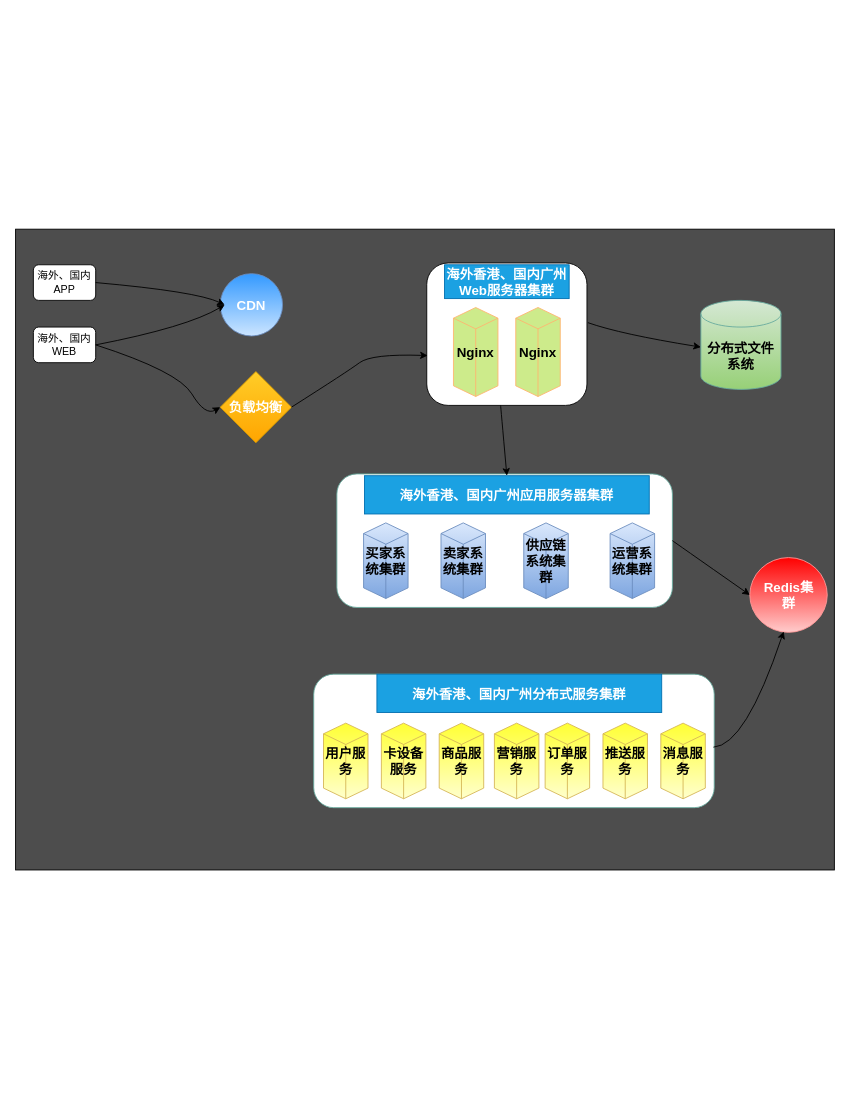
This is cloudbirds/整体全景应用架构模型3.0.drawio from luoyongshun/framework, a draw.io file, before an edit. Source tidied: cells renumbered, new cells numbered last; positions are measured from the earlier drawing's top-left corner, leaving out a move shared by most shapes. Both pictures are drawn from the tidied source at 89%, with x=0, y=0 at pixel (15, 229).
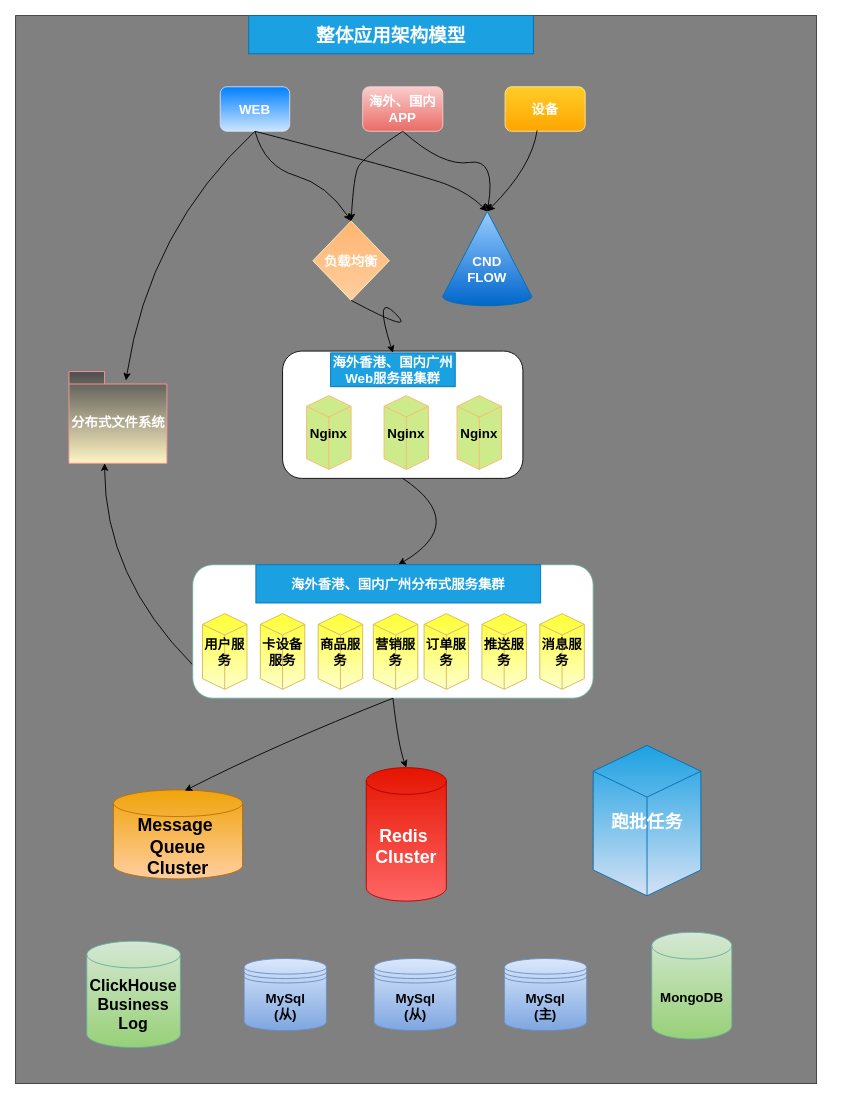
After the change.

Commit message (it also covers changes not shown here):
更新整体全景应用架构模型3.0.drawio

The edit, as a diff of the source:
```diff
@@
-    <mxCell id="2" style="rounded=0;whiteSpace=wrap;html=1;fillColor=#4D4D4D;" parent="1" vertex="1">
-      <mxGeometry width="920" height="720" as="geometry" />
+    <mxCell id="2" style="rounded=0;whiteSpace=wrap;html=1;fillColor=#808080;strokeColor=#36393d;" parent="1" vertex="1">
+      <mxGeometry y="-240" width="900" height="1200" as="geometry" />
     </mxCell>
-    <mxCell id="3" value="海外、国内APP" style="rounded=1;whiteSpace=wrap;html=1;" parent="1" vertex="1">
-      <mxGeometry x="20" y="40" width="70" height="40" as="geometry" />
+    <mxCell id="3" value="海外、国内APP" style="rounded=1;whiteSpace=wrap;html=1;fillColor=#f8cecc;gradientColor=#ea6b66;strokeColor=#F8CECC;fontStyle=1;fontSize=15;fontColor=#FFFFFF;" parent="1" vertex="1">
+      <mxGeometry x="390" y="-160" width="90" height="50" as="geometry" />
     </mxCell>
-    <mxCell id="4" value="海外、国内WEB" style="rounded=1;whiteSpace=wrap;html=1;" parent="1" vertex="1">
-      <mxGeometry x="20" y="110" width="70" height="40" as="geometry" />
+    <mxCell id="4" value="WEB" style="rounded=1;whiteSpace=wrap;html=1;fillColor=#007FFF;gradientColor=#CCE5FF;strokeColor=#D4E1F5;fontStyle=1;fontSize=15;fontColor=#FFFFFF;" parent="1" vertex="1">
+      <mxGeometry x="230" y="-160" width="78" height="50" as="geometry" />
     </mxCell>
-    <mxCell id="5" style="verticalLabelPosition=bottom;verticalAlign=top;html=1;shape=mxgraph.flowchart.on-page_reference;fillColor=#3399FF;gradientColor=#CCE5FF;strokeColor=#6c8ebf;" parent="1" vertex="1">
-      <mxGeometry x="230" y="50" width="70" height="70" as="geometry" />
-    </mxCell>
-    <mxCell id="6" value="&lt;font size=&quot;1&quot; color=&quot;#ffffff&quot;&gt;&lt;b style=&quot;font-size: 15px;&quot;&gt;负载均衡&lt;/b&gt;&lt;/font&gt;" style="rhombus;whiteSpace=wrap;html=1;fillColor=#ffcd28;gradientColor=#ffa500;strokeColor=#d79b00;" parent="1" vertex="1">
-      <mxGeometry x="230" y="160" width="80" height="80" as="geometry" />
+    <mxCell id="6" value="&lt;font size=&quot;1&quot; color=&quot;#ffffff&quot;&gt;&lt;b style=&quot;font-size: 15px;&quot;&gt;负载均衡&lt;/b&gt;&lt;/font&gt;" style="rhombus;whiteSpace=wrap;html=1;fillColor=#FFB570;gradientColor=#FFCE9F;strokeColor=#FFF4C3;" parent="1" vertex="1">
+      <mxGeometry x="334" y="-9" width="86" height="89" as="geometry" />
     </mxCell>
-    <mxCell id="7" style="curved=1;endArrow=classic;html=1;rounded=0;fontColor=#FFFFFF;entryX=0;entryY=0.5;entryDx=0;entryDy=0;exitX=1;exitY=0.5;exitDx=0;exitDy=0;" parent="1" edge="1" source="3" target="9">
-      <mxGeometry relative="1" as="geometry">
-        <Array as="points">
-          <mxPoint x="203" y="70" />
-        </Array>
-      </mxGeometry>
-    </mxCell>
-    <mxCell id="8" style="curved=1;endArrow=classic;html=1;rounded=0;fontColor=#FFFFFF;exitX=1;exitY=0.5;exitDx=0;exitDy=0;entryX=0;entryY=0.5;entryDx=0;entryDy=0;" parent="1" edge="1" source="4" target="6">
-      <mxGeometry relative="1" as="geometry">
-        <Array as="points">
-          <mxPoint x="183" y="160" />
-          <mxPoint x="213" y="210" />
-        </Array>
-      </mxGeometry>
-    </mxCell>
-    <mxCell id="9" value="&lt;b&gt;&lt;font style=&quot;font-size: 15px;&quot;&gt;CDN&lt;/font&gt;&lt;/b&gt;" style="text;html=1;strokeColor=none;fillColor=none;align=center;verticalAlign=middle;whiteSpace=wrap;rounded=0;fontColor=#FFFFFF;" parent="1" vertex="1">
-      <mxGeometry x="235" y="70" width="60" height="30" as="geometry" />
-    </mxCell>
     <mxCell id="10" style="rounded=1;whiteSpace=wrap;html=1;fontColor=#FFFFFF;fillColor=#FFFFFF;" parent="1" vertex="1">
-      <mxGeometry x="462" y="38" width="180" height="160" as="geometry" />
+      <mxGeometry x="300" y="137" width="270" height="143" as="geometry" />
     </mxCell>
-    <mxCell id="11" value="Text" style="text;html=1;strokeColor=none;fillColor=none;align=center;verticalAlign=middle;whiteSpace=wrap;rounded=0;fontColor=#FFFFFF;" parent="1" vertex="1">
-      <mxGeometry x="463" y="70" width="60" height="30" as="geometry" />
-    </mxCell>
     <mxCell id="12" value="&lt;font style=&quot;font-size: 15px;&quot;&gt;海外香港、国内广州Web服务器集群&lt;/font&gt;" style="text;html=1;strokeColor=#006EAF;fillColor=#1ba1e2;align=center;verticalAlign=middle;whiteSpace=wrap;rounded=0;fontColor=#ffffff;fontStyle=1;" parent="1" vertex="1">
-      <mxGeometry x="482" y="40" width="140" height="38" as="geometry" />
+      <mxGeometry x="354" y="139" width="140" height="38" as="geometry" />
     </mxCell>
-    <mxCell id="13" style="curved=1;endArrow=classic;html=1;rounded=0;fontColor=#000000;entryX=0.006;entryY=0.65;entryDx=0;entryDy=0;entryPerimeter=0;exitX=1;exitY=0.5;exitDx=0;exitDy=0;" parent="1" edge="1" source="6" target="10">
-      <mxGeometry relative="1" as="geometry">
-        <Array as="points">
-          <mxPoint x="373" y="160" />
-          <mxPoint x="400" y="140" />
-        </Array>
-      </mxGeometry>
-    </mxCell>
     <mxCell id="14" value="Nginx" style="html=1;whiteSpace=wrap;shape=isoCube2;backgroundOutline=1;isoAngle=15;fontSize=15;fillColor=#cdeb8b;strokeColor=#FFB570;fontStyle=1;" parent="1" vertex="1">
-      <mxGeometry x="492" y="88" width="50" height="100" as="geometry" />
+      <mxGeometry x="327" y="187" width="50" height="83" as="geometry" />
     </mxCell>
     <mxCell id="15" value="Nginx" style="html=1;whiteSpace=wrap;shape=isoCube2;backgroundOutline=1;isoAngle=15;fontSize=15;fillColor=#cdeb8b;strokeColor=#FFB570;fontStyle=1;" parent="1" vertex="1">
-      <mxGeometry x="562" y="88" width="50" height="100" as="geometry" />
+      <mxGeometry x="496" y="187" width="50" height="83" as="geometry" />
     </mxCell>
-    <mxCell id="16" style="curved=1;endArrow=classic;html=1;rounded=0;fontSize=15;fontColor=#000000;exitX=1;exitY=0.5;exitDx=0;exitDy=0;entryX=0;entryY=0.5;entryDx=0;entryDy=0;" parent="1" edge="1" source="4" target="9">
-      <mxGeometry relative="1" as="geometry">
-        <Array as="points">
-          <mxPoint x="193" y="110" />
-        </Array>
-      </mxGeometry>
-    </mxCell>
-    <mxCell id="17" value="分布式文件系统" style="shape=cylinder3;whiteSpace=wrap;html=1;boundedLbl=1;backgroundOutline=1;size=15;fontSize=15;fillColor=#d5e8d4;strokeColor=#67AB9F;gradientColor=#97d077;fontStyle=1;" parent="1" vertex="1">
-      <mxGeometry x="770" y="80" width="90" height="100" as="geometry" />
-    </mxCell>
-    <mxCell id="18" style="curved=1;endArrow=classic;html=1;rounded=0;fontSize=15;fontColor=#000000;exitX=1.006;exitY=0.419;exitDx=0;exitDy=0;exitPerimeter=0;entryX=0;entryY=0;entryDx=0;entryDy=52.5;entryPerimeter=0;" parent="1" edge="1" source="10" target="17">
-      <mxGeometry relative="1" as="geometry">
-        <Array as="points">
-          <mxPoint x="680" y="118" />
-        </Array>
-      </mxGeometry>
-    </mxCell>
-    <mxCell id="19" style="rounded=1;whiteSpace=wrap;html=1;strokeColor=#67AB9F;fontSize=15;fontColor=#000000;fillColor=#FFFFFF;" parent="1" vertex="1">
-      <mxGeometry x="361" y="275" width="377" height="150" as="geometry" />
-    </mxCell>
-    <mxCell id="20" value="海外香港、国内广州应用服务器集群" style="text;html=1;strokeColor=#006EAF;fillColor=#1ba1e2;align=center;verticalAlign=middle;whiteSpace=wrap;rounded=0;fontSize=15;fontColor=#ffffff;fontStyle=1;" parent="1" vertex="1">
-      <mxGeometry x="392" y="277" width="320" height="43" as="geometry" />
-    </mxCell>
-    <mxCell id="21" style="curved=1;endArrow=classic;html=1;rounded=0;fontSize=15;fontColor=#000000;entryX=0.5;entryY=0;entryDx=0;entryDy=0;exitX=0.461;exitY=1;exitDx=0;exitDy=0;exitPerimeter=0;" parent="1" edge="1" source="10" target="20">
-      <mxGeometry relative="1" as="geometry" />
+    <mxCell id="21" style="curved=1;endArrow=classic;html=1;rounded=0;fontSize=15;fontColor=#000000;entryX=0.5;entryY=0;entryDx=0;entryDy=0;exitX=0.5;exitY=1;exitDx=0;exitDy=0;" parent="1" edge="1" source="10" target="30">
+      <mxGeometry relative="1" as="geometry">
+        <Array as="points">
+          <mxPoint x="510" y="330" />
+        </Array>
+      </mxGeometry>
     </mxCell>
-    <mxCell id="22" value="买家系统集群" style="html=1;whiteSpace=wrap;shape=isoCube2;backgroundOutline=1;isoAngle=15;fontSize=15;fillColor=#dae8fc;strokeColor=#6c8ebf;fontStyle=1;gradientColor=#7ea6e0;" parent="1" vertex="1">
-      <mxGeometry x="391" y="330" width="50" height="85" as="geometry" />
-    </mxCell>
-    <mxCell id="23" value="卖家系统集群" style="html=1;whiteSpace=wrap;shape=isoCube2;backgroundOutline=1;isoAngle=15;fontSize=15;fillColor=#dae8fc;strokeColor=#6c8ebf;fontStyle=1;gradientColor=#7ea6e0;" parent="1" vertex="1">
-      <mxGeometry x="478" y="330" width="50" height="85" as="geometry" />
-    </mxCell>
-    <mxCell id="24" value="供应链系统集群" style="html=1;whiteSpace=wrap;shape=isoCube2;backgroundOutline=1;isoAngle=15;fontSize=15;fillColor=#dae8fc;strokeColor=#6c8ebf;fontStyle=1;gradientColor=#7ea6e0;" parent="1" vertex="1">
-      <mxGeometry x="571" y="330" width="50" height="85" as="geometry" />
-    </mxCell>
-    <mxCell id="25" value="运营系统集群" style="html=1;whiteSpace=wrap;shape=isoCube2;backgroundOutline=1;isoAngle=15;fontSize=15;fillColor=#dae8fc;strokeColor=#6c8ebf;fontStyle=1;gradientColor=#7ea6e0;" parent="1" vertex="1">
-      <mxGeometry x="668" y="330" width="50" height="85" as="geometry" />
-    </mxCell>
-    <mxCell id="26" style="verticalLabelPosition=bottom;verticalAlign=top;html=1;shape=mxgraph.flowchart.on-page_reference;fillColor=#FF0000;strokeColor=#FF9999;fontColor=#ffffff;gradientColor=#FFCCCC;" parent="1" vertex="1">
-      <mxGeometry x="825" y="369" width="87" height="84" as="geometry" />
-    </mxCell>
-    <mxCell id="27" value="&lt;b&gt;&lt;font style=&quot;font-size: 15px;&quot;&gt;Redis集群&lt;/font&gt;&lt;/b&gt;" style="text;html=1;strokeColor=none;fillColor=none;align=center;verticalAlign=middle;whiteSpace=wrap;rounded=0;fontColor=#FFFFFF;" parent="1" vertex="1">
-      <mxGeometry x="838.5" y="396" width="60" height="30" as="geometry" />
-    </mxCell>
-    <mxCell id="28" style="curved=1;endArrow=classic;html=1;rounded=0;fontSize=15;fontColor=#000000;entryX=0;entryY=0.5;entryDx=0;entryDy=0;entryPerimeter=0;exitX=1;exitY=0.5;exitDx=0;exitDy=0;" parent="1" edge="1" source="19" target="26">
-      <mxGeometry relative="1" as="geometry" />
+    <mxCell id="28" style="curved=1;endArrow=classic;html=1;rounded=0;fontSize=15;fontColor=#000000;entryX=0.364;entryY=1;entryDx=0;entryDy=0;entryPerimeter=0;exitX=0;exitY=0.75;exitDx=0;exitDy=0;" parent="1" edge="1" source="29" target="17">
+      <mxGeometry relative="1" as="geometry">
+        <Array as="points">
+          <mxPoint x="100" y="390" />
+        </Array>
+      </mxGeometry>
     </mxCell>
     <mxCell id="29" style="rounded=1;whiteSpace=wrap;html=1;strokeColor=#67AB9F;fontSize=15;fontColor=#000000;fillColor=#FFFFFF;" parent="1" vertex="1">
-      <mxGeometry x="335" y="500" width="450" height="150" as="geometry" />
+      <mxGeometry x="199" y="377" width="450" height="150" as="geometry" />
     </mxCell>
     <mxCell id="30" value="海外香港、国内广州分布式服务集群" style="text;html=1;strokeColor=#006EAF;fillColor=#1ba1e2;align=center;verticalAlign=middle;whiteSpace=wrap;rounded=0;fontSize=15;fontColor=#ffffff;fontStyle=1;" parent="1" vertex="1">
-      <mxGeometry x="406" y="500" width="320" height="43" as="geometry" />
+      <mxGeometry x="270" y="377" width="320" height="43" as="geometry" />
     </mxCell>
     <mxCell id="31" value="用户服务" style="html=1;whiteSpace=wrap;shape=isoCube2;backgroundOutline=1;isoAngle=15;fontSize=15;fillColor=#FFFF33;strokeColor=#d6b656;fontStyle=1;gradientColor=#FFFFCC;" parent="1" vertex="1">
-      <mxGeometry x="346" y="555" width="50" height="85" as="geometry" />
+      <mxGeometry x="210" y="432" width="50" height="85" as="geometry" />
     </mxCell>
     <mxCell id="32" value="卡设备服务" style="html=1;whiteSpace=wrap;shape=isoCube2;backgroundOutline=1;isoAngle=15;fontSize=15;fillColor=#FFFF33;strokeColor=#d6b656;fontStyle=1;gradientColor=#FFFFCC;" parent="1" vertex="1">
-      <mxGeometry x="411" y="555" width="50" height="85" as="geometry" />
+      <mxGeometry x="275" y="432" width="50" height="85" as="geometry" />
     </mxCell>
     <mxCell id="33" value="商品服务" style="html=1;whiteSpace=wrap;shape=isoCube2;backgroundOutline=1;isoAngle=15;fontSize=15;fillColor=#FFFF33;strokeColor=#d6b656;fontStyle=1;gradientColor=#FFFFCC;" parent="1" vertex="1">
-      <mxGeometry x="476" y="555" width="50" height="85" as="geometry" />
+      <mxGeometry x="340" y="432" width="50" height="85" as="geometry" />
     </mxCell>
     <mxCell id="34" value="营销服务" style="html=1;whiteSpace=wrap;shape=isoCube2;backgroundOutline=1;isoAngle=15;fontSize=15;fillColor=#FFFF33;strokeColor=#d6b656;fontStyle=1;gradientColor=#FFFFCC;" parent="1" vertex="1">
-      <mxGeometry x="538" y="555" width="50" height="85" as="geometry" />
+      <mxGeometry x="402" y="432" width="50" height="85" as="geometry" />
     </mxCell>
     <mxCell id="35" value="订单服务" style="html=1;whiteSpace=wrap;shape=isoCube2;backgroundOutline=1;isoAngle=15;fontSize=15;fillColor=#FFFF33;strokeColor=#d6b656;fontStyle=1;gradientColor=#FFFFCC;" parent="1" vertex="1">
-      <mxGeometry x="595" y="555" width="50" height="85" as="geometry" />
+      <mxGeometry x="459" y="432" width="50" height="85" as="geometry" />
     </mxCell>
     <mxCell id="36" value="推送服务" style="html=1;whiteSpace=wrap;shape=isoCube2;backgroundOutline=1;isoAngle=15;fontSize=15;fillColor=#FFFF33;strokeColor=#d6b656;fontStyle=1;gradientColor=#FFFFCC;" parent="1" vertex="1">
-      <mxGeometry x="660" y="555" width="50" height="85" as="geometry" />
+      <mxGeometry x="524" y="432" width="50" height="85" as="geometry" />
     </mxCell>
     <mxCell id="37" value="消息服务" style="html=1;whiteSpace=wrap;shape=isoCube2;backgroundOutline=1;isoAngle=15;fontSize=15;fillColor=#FFFF33;strokeColor=#d6b656;fontStyle=1;gradientColor=#FFFFCC;" parent="1" vertex="1">
-      <mxGeometry x="725" y="555" width="50" height="85" as="geometry" />
+      <mxGeometry x="589" y="432" width="50" height="85" as="geometry" />
     </mxCell>
-    <mxCell id="38" style="curved=1;endArrow=classic;html=1;rounded=0;fontSize=15;fontColor=#000000;entryX=0.437;entryY=0.988;entryDx=0;entryDy=0;entryPerimeter=0;exitX=0.998;exitY=0.547;exitDx=0;exitDy=0;exitPerimeter=0;" parent="1" edge="1" source="29" target="26">
-      <mxGeometry relative="1" as="geometry">
-        <Array as="points">
-          <mxPoint x="820" y="580" />
-        </Array>
-      </mxGeometry>
-    </mxCell>
+    <mxCell id="39" value="MySql&lt;br&gt;(从)" style="shape=datastore;whiteSpace=wrap;html=1;strokeColor=#6c8ebf;fontSize=15;fillColor=#dae8fc;gradientColor=#7ea6e0;fontStyle=1;" parent="1" vertex="1">
+      <mxGeometry x="256.8" y="819.5" width="92.5" height="81" as="geometry" />
+    </mxCell>
+    <mxCell id="40" value="MongoDB" style="shape=cylinder3;whiteSpace=wrap;html=1;boundedLbl=1;backgroundOutline=1;size=15;fontSize=15;fillColor=#d5e8d4;strokeColor=#67AB9F;gradientColor=#97d077;fontStyle=1;" parent="1" vertex="1">
+      <mxGeometry x="714.8" y="790" width="90" height="120" as="geometry" />
+    </mxCell>
+    <mxCell id="41" value="&lt;font style=&quot;font-size: 20px;&quot;&gt;跑批任务&lt;/font&gt;" style="html=1;whiteSpace=wrap;shape=isoCube2;backgroundOutline=1;isoAngle=15;fontSize=15;fillColor=#1ba1e2;strokeColor=#006EAF;fontStyle=1;fontColor=#ffffff;gradientColor=#D4E1F5;" parent="1" vertex="1">
+      <mxGeometry x="649" y="580" width="121" height="169" as="geometry" />
+    </mxCell>
+    <mxCell id="42" value="&lt;font style=&quot;font-size: 18px;&quot;&gt;ClickHouse&lt;br&gt;Business Log&lt;/font&gt;" style="shape=cylinder3;whiteSpace=wrap;html=1;boundedLbl=1;backgroundOutline=1;size=15;fontSize=15;fillColor=#d5e8d4;strokeColor=#67AB9F;gradientColor=#97d077;fontStyle=1;" parent="1" vertex="1">
+      <mxGeometry x="80" y="800" width="105.2" height="119.5" as="geometry" />
+    </mxCell>
+    <mxCell id="43" value="&lt;font style=&quot;font-size: 15px;&quot;&gt;&lt;span style=&quot;font-size: 15px;&quot;&gt;设备&lt;/span&gt;&lt;/font&gt;" style="rounded=1;whiteSpace=wrap;html=1;fillColor=#ffcd28;gradientColor=#ffa500;strokeColor=#FFE599;fontStyle=1;fontSize=15;fontColor=#FFFFFF;" parent="1" vertex="1">
+      <mxGeometry x="550" y="-160" width="90" height="50" as="geometry" />
+    </mxCell>
+    <mxCell id="44" value="MySql&lt;br style=&quot;border-color: var(--border-color);&quot;&gt;(从)" style="shape=datastore;whiteSpace=wrap;html=1;strokeColor=#6c8ebf;fontSize=15;fillColor=#dae8fc;gradientColor=#7ea6e0;fontStyle=1;" parent="1" vertex="1">
+      <mxGeometry x="402.8" y="819.5" width="92.5" height="81" as="geometry" />
+    </mxCell>
+    <mxCell id="45" value="MySql&lt;br style=&quot;border-color: var(--border-color);&quot;&gt;(主)" style="shape=datastore;whiteSpace=wrap;html=1;strokeColor=#6c8ebf;fontSize=15;fillColor=#dae8fc;gradientColor=#7ea6e0;fontStyle=1;" parent="1" vertex="1">
+      <mxGeometry x="549.2" y="819.5" width="92.5" height="81" as="geometry" />
+    </mxCell>
+    <mxCell id="46" value="Nginx" style="html=1;whiteSpace=wrap;shape=isoCube2;backgroundOutline=1;isoAngle=15;fontSize=15;fillColor=#cdeb8b;strokeColor=#FFB570;fontStyle=1;" parent="1" vertex="1">
+      <mxGeometry x="414" y="187" width="50" height="83" as="geometry" />
+    </mxCell>
+    <mxCell id="47" value="&lt;font style=&quot;font-size: 21px;&quot;&gt;整体应用&lt;font style=&quot;font-size: 21px;&quot;&gt;架构&lt;/font&gt;模型&lt;/font&gt;" style="text;html=1;strokeColor=#006EAF;fillColor=#1ba1e2;align=center;verticalAlign=middle;whiteSpace=wrap;rounded=0;fontSize=15;fontColor=#ffffff;fontStyle=1;" parent="1" vertex="1">
+      <mxGeometry x="262" y="-240" width="320" height="43" as="geometry" />
+    </mxCell>
+    <mxCell id="48" style="curved=1;endArrow=classic;html=1;rounded=0;fontSize=21;fontColor=#000000;entryX=0.582;entryY=0.097;entryDx=0;entryDy=0;entryPerimeter=0;exitX=0.5;exitY=1;exitDx=0;exitDy=0;" parent="1" edge="1" source="4" target="17">
+      <mxGeometry relative="1" as="geometry">
+        <Array as="points">
+          <mxPoint x="150" />
+        </Array>
+      </mxGeometry>
+    </mxCell>
+    <mxCell id="49" value="Message&amp;nbsp;&lt;br style=&quot;font-size: 20px;&quot;&gt;Queue&lt;br style=&quot;font-size: 20px;&quot;&gt;Cluster" style="shape=cylinder3;whiteSpace=wrap;html=1;boundedLbl=1;backgroundOutline=1;size=15;fontSize=20;fillColor=#f0a30a;strokeColor=#BD7000;fontStyle=1;fontColor=#000000;gradientColor=#FFCE9F;" parent="1" vertex="1">
+      <mxGeometry x="110" y="630" width="145" height="100" as="geometry" />
+    </mxCell>
+    <mxCell id="50" value="&lt;font style=&quot;font-size: 20px;&quot;&gt;Redis&amp;nbsp;&lt;br&gt;Cluster&lt;/font&gt;" style="shape=cylinder3;whiteSpace=wrap;html=1;boundedLbl=1;backgroundOutline=1;size=15;fontSize=15;fillColor=#e51400;strokeColor=#B20000;fontStyle=1;fontColor=#ffffff;gradientColor=#FF6666;" parent="1" vertex="1">
+      <mxGeometry x="394" y="605" width="90" height="150" as="geometry" />
+    </mxCell>
+    <mxCell id="8" style="curved=1;endArrow=classic;html=1;rounded=0;fontSize=21;fontColor=#000000;entryX=0.5;entryY=0;entryDx=0;entryDy=0;exitX=0.5;exitY=1;exitDx=0;exitDy=0;" parent="1" edge="1" source="4" target="6">
+      <mxGeometry relative="1" as="geometry">
+        <Array as="points">
+          <mxPoint x="280" y="-70" />
+          <mxPoint x="350" y="-50" />
+        </Array>
+      </mxGeometry>
+    </mxCell>
+    <mxCell id="51" style="verticalLabelPosition=bottom;verticalAlign=top;html=1;shape=mxgraph.basic.cone2;dx=0.5;dy=0.9;strokeColor=#006EAF;fontSize=15;fillColor=#99CCFF;fontColor=#ffffff;gradientColor=#0066CC;" parent="1" vertex="1">
+      <mxGeometry x="480" y="-20" width="100" height="106" as="geometry" />
+    </mxCell>
+    <mxCell id="17" value="分布式文件系统" style="shape=folder;fontStyle=1;spacingTop=10;tabWidth=40;tabHeight=14;tabPosition=left;html=1;strokeColor=#FF9999;fontSize=15;fontColor=#FFFFFF;fillColor=#4D4D4D;gradientColor=#FFF4C3;" parent="1" vertex="1">
+      <mxGeometry x="60" y="160" width="110" height="103" as="geometry" />
+    </mxCell>
+    <mxCell id="52" style="curved=1;endArrow=classic;html=1;rounded=0;fontSize=15;fontColor=#FFFFFF;exitX=0.5;exitY=1;exitDx=0;exitDy=0;entryX=0.5;entryY=0;entryDx=0;entryDy=0;" parent="1" edge="1" source="6" target="12">
+      <mxGeometry relative="1" as="geometry">
+        <Array as="points">
+          <mxPoint x="452" y="120" />
+          <mxPoint x="402" y="70" />
+        </Array>
+      </mxGeometry>
+    </mxCell>
+    <mxCell id="53" value="&lt;b&gt;CND FLOW&lt;/b&gt;" style="text;html=1;strokeColor=none;fillColor=none;align=center;verticalAlign=middle;whiteSpace=wrap;rounded=0;fontSize=15;fontColor=#FFFFFF;" parent="1" vertex="1">
+      <mxGeometry x="500" y="30" width="60" height="30" as="geometry" />
+    </mxCell>
+    <mxCell id="54" style="curved=1;endArrow=classic;html=1;rounded=0;fontSize=15;fontColor=#FFFFFF;exitX=0.5;exitY=1;exitDx=0;exitDy=0;entryX=0;entryY=0;entryDx=50;entryDy=0;entryPerimeter=0;" parent="1" edge="1" source="4" target="51">
+      <mxGeometry relative="1" as="geometry">
+        <Array as="points">
+          <mxPoint x="460" y="-60" />
+          <mxPoint x="510" y="-40" />
+        </Array>
+      </mxGeometry>
+    </mxCell>
+    <mxCell id="55" style="curved=1;endArrow=classic;html=1;rounded=0;fontSize=15;fontColor=#FFFFFF;exitX=0.5;exitY=1;exitDx=0;exitDy=0;entryX=0;entryY=0;entryDx=50;entryDy=0;entryPerimeter=0;" parent="1" edge="1" source="3" target="51">
+      <mxGeometry relative="1" as="geometry">
+        <Array as="points">
+          <mxPoint x="480" y="-70" />
+          <mxPoint x="540" y="-80" />
+        </Array>
+      </mxGeometry>
+    </mxCell>
+    <mxCell id="56" style="curved=1;endArrow=classic;html=1;rounded=0;fontSize=15;fontColor=#FFFFFF;exitX=0.4;exitY=0.98;exitDx=0;exitDy=0;exitPerimeter=0;" parent="1" edge="1" source="43">
+      <mxGeometry relative="1" as="geometry">
+        <mxPoint x="530" y="-20" as="targetPoint" />
+        <Array as="points">
+          <mxPoint x="580" y="-70" />
+        </Array>
+      </mxGeometry>
+    </mxCell>
+    <mxCell id="57" style="curved=1;endArrow=classic;html=1;rounded=0;fontSize=15;fontColor=#FFFFFF;exitX=0.5;exitY=1;exitDx=0;exitDy=0;entryX=0.552;entryY=0.01;entryDx=0;entryDy=0;entryPerimeter=0;" parent="1" edge="1" source="29" target="49">
+      <mxGeometry relative="1" as="geometry">
+        <Array as="points">
+          <mxPoint x="290" y="580" />
+        </Array>
+      </mxGeometry>
+    </mxCell>
+    <mxCell id="58" style="curved=1;endArrow=classic;html=1;rounded=0;fontSize=15;fontColor=#FFFFFF;exitX=0.5;exitY=1;exitDx=0;exitDy=0;entryX=0.5;entryY=0;entryDx=0;entryDy=0;entryPerimeter=0;" parent="1" edge="1" source="29" target="50">
+      <mxGeometry relative="1" as="geometry">
+        <Array as="points">
+          <mxPoint x="430" y="580" />
+        </Array>
+      </mxGeometry>
+    </mxCell>
+    <mxCell id="59" style="curved=1;endArrow=classic;html=1;rounded=0;fontSize=15;fontColor=#FFFFFF;exitX=0.5;exitY=1;exitDx=0;exitDy=0;entryX=0.5;entryY=0;entryDx=0;entryDy=0;" parent="1" edge="1" source="3" target="6">
+      <mxGeometry relative="1" as="geometry">
+        <Array as="points">
+          <mxPoint x="390" y="-80" />
+          <mxPoint x="380" y="-60" />
+        </Array>
+      </mxGeometry>
+    </mxCell>
```
